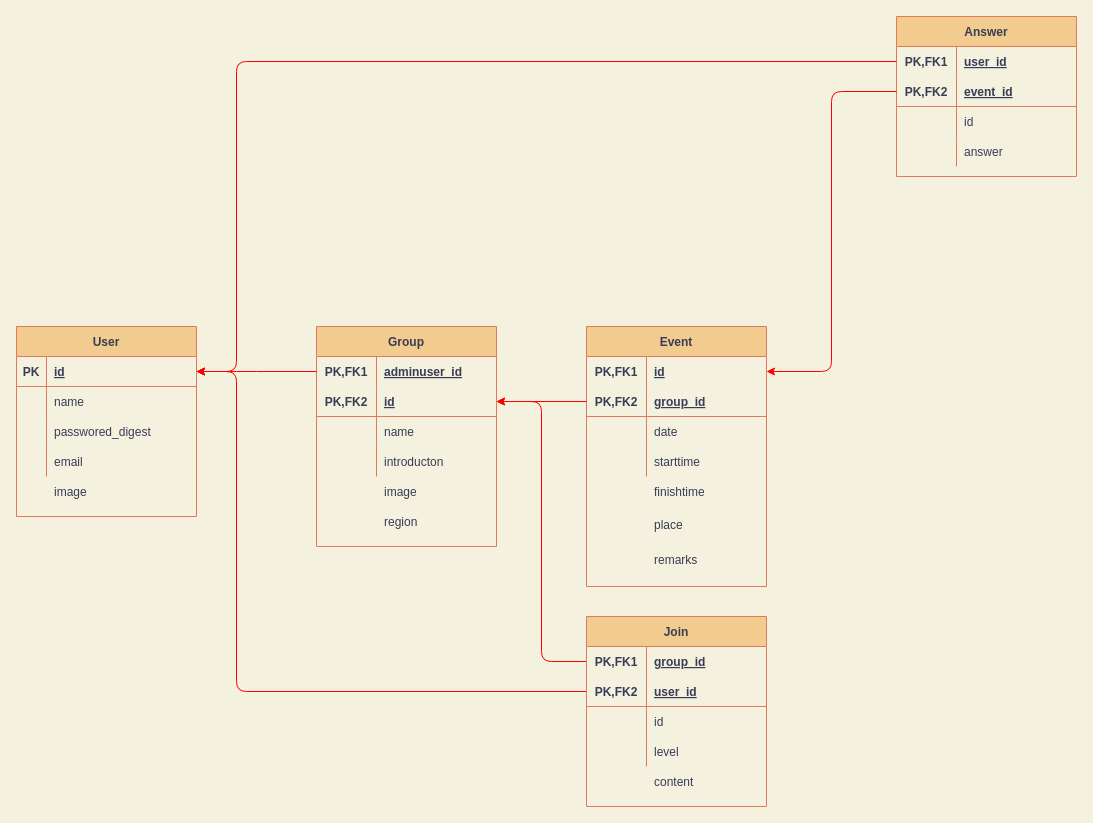
naoto911/sample_app keeps this draw.io diagram as syumix.dio. Above is the earlier version. Source tidied: cells renumbered, new cells numbered last; positions are measured from the earlier drawing's top-left corner, leaving out a move shared by most shapes. Both pictures are drawn from the tidied source at 100%, with x=0, y=0 at pixel (16, 16).
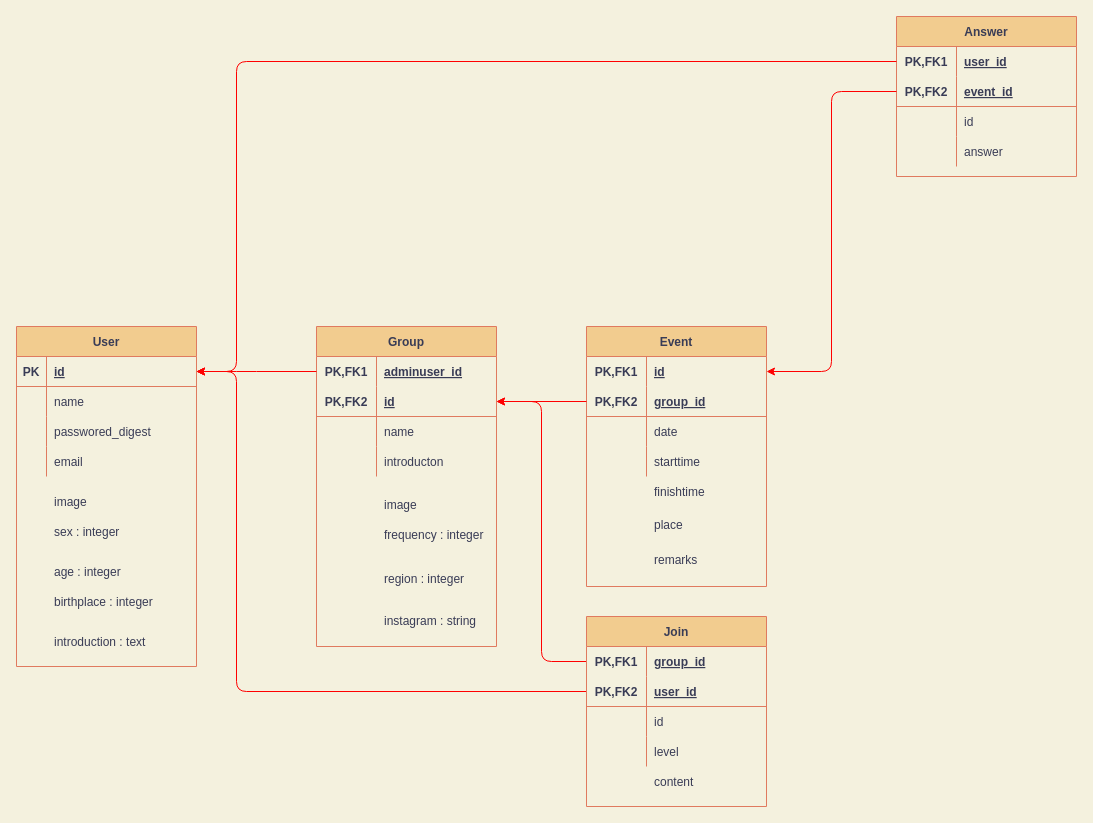
Above is the later version.

Change to the diagram source:
```diff
@@
     <mxCell id="15" style="group;fontColor=#393C56;" parent="1" vertex="1">
-      <mxGeometry x="300" y="310" width="180" height="220" as="geometry" />
+      <mxGeometry x="300" y="310" width="180" height="320" as="geometry" />
     </mxCell>
     <mxCell id="16" value="Group" style="shape=table;startSize=30;childLayout=tableLayout;rowLines=0;fontStyle=1;align=center;rounded=0;sketch=0;strokeColor=#E07A5F;fontColor=#393C56;fillColor=#F2CC8F;" parent="15" vertex="1">
-      <mxGeometry width="180" height="220" as="geometry" />
+      <mxGeometry width="180" height="320" as="geometry" />
     </mxCell>
@@
     <mxCell id="29" style="shape=partialRectangle;fillColor=none;top=0;left=0;bottom=0;right=0;strokeColor=#E07A5F;fontColor=#393C56;" parent="15" vertex="1">
-      <mxGeometry y="150" width="180" height="30" as="geometry" />
+      <mxGeometry y="156.4" width="180" height="43.6" as="geometry" />
     </mxCell>
     <mxCell id="30" style="shape=partialRectangle;fillColor=none;top=0;left=0;bottom=0;right=0;overflow=hidden;strokeColor=#E07A5F;fontColor=#393C56;" parent="29" vertex="1">
-      <mxGeometry width="60" height="30" as="geometry" />
+      <mxGeometry width="60" height="43.6" as="geometry" />
     </mxCell>
     <mxCell id="31" value="image" style="shape=partialRectangle;fillColor=none;top=0;left=0;bottom=0;right=0;align=left;spacingLeft=6;overflow=hidden;strokeColor=#E07A5F;fontColor=#393C56;" parent="29" vertex="1">
-      <mxGeometry x="60" width="120" height="30" as="geometry" />
+      <mxGeometry x="60" width="120" height="43.6" as="geometry" />
     </mxCell>
     <mxCell id="32" style="shape=partialRectangle;fillColor=none;top=0;left=0;bottom=0;right=0;strokeColor=#E07A5F;fontColor=#393C56;" parent="15" vertex="1">
-      <mxGeometry y="180" width="180" height="30" as="geometry" />
+      <mxGeometry y="186.4" width="180" height="43.6" as="geometry" />
     </mxCell>
     <mxCell id="33" style="shape=partialRectangle;fillColor=none;top=0;left=0;bottom=0;right=0;overflow=hidden;strokeColor=#E07A5F;fontColor=#393C56;" parent="32" vertex="1">
-      <mxGeometry width="60" height="30" as="geometry" />
+      <mxGeometry width="60" height="43.6" as="geometry" />
     </mxCell>
-    <mxCell id="34" value="region" style="shape=partialRectangle;fillColor=none;top=0;left=0;bottom=0;right=0;align=left;spacingLeft=6;overflow=hidden;strokeColor=#E07A5F;fontColor=#393C56;" parent="32" vertex="1">
-      <mxGeometry x="60" width="120" height="30" as="geometry" />
+    <mxCell id="34" value="frequency : integer" style="shape=partialRectangle;fillColor=none;top=0;left=0;bottom=0;right=0;align=left;spacingLeft=6;overflow=hidden;strokeColor=#E07A5F;fontColor=#393C56;" parent="32" vertex="1">
+      <mxGeometry x="60" width="120" height="43.6" as="geometry" />
     </mxCell>
+    <mxCell id="94" style="shape=partialRectangle;fillColor=none;top=0;left=0;bottom=0;right=0;strokeColor=#E07A5F;fontColor=#393C56;" parent="15" vertex="1">
+      <mxGeometry y="230" width="180" height="43.6" as="geometry" />
+    </mxCell>
+    <mxCell id="95" style="shape=partialRectangle;fillColor=none;top=0;left=0;bottom=0;right=0;overflow=hidden;strokeColor=#E07A5F;fontColor=#393C56;" parent="94" vertex="1">
+      <mxGeometry width="60" height="43.6" as="geometry" />
+    </mxCell>
+    <mxCell id="96" value="region : integer" style="shape=partialRectangle;fillColor=none;top=0;left=0;bottom=0;right=0;align=left;spacingLeft=6;overflow=hidden;strokeColor=#E07A5F;fontColor=#393C56;" parent="94" vertex="1">
+      <mxGeometry x="60" width="120" height="43.6" as="geometry" />
+    </mxCell>
+    <mxCell id="97" style="shape=partialRectangle;fillColor=none;top=0;left=0;bottom=0;right=0;strokeColor=#E07A5F;fontColor=#393C56;" parent="15" vertex="1">
+      <mxGeometry y="273.6" width="180" height="40.9" as="geometry" />
+    </mxCell>
+    <mxCell id="98" style="shape=partialRectangle;fillColor=none;top=0;left=0;bottom=0;right=0;overflow=hidden;strokeColor=#E07A5F;fontColor=#393C56;" parent="97" vertex="1">
+      <mxGeometry width="60" height="40.9" as="geometry" />
+    </mxCell>
+    <mxCell id="99" value="instagram : string" style="shape=partialRectangle;fillColor=none;top=0;left=0;bottom=0;right=0;align=left;spacingLeft=6;overflow=hidden;strokeColor=#E07A5F;fontColor=#393C56;" parent="97" vertex="1">
+      <mxGeometry x="60" width="120" height="40.9" as="geometry" />
+    </mxCell>
@@
     <mxCell id="58" style="group;fontColor=#393C56;" parent="1" vertex="1">
-      <mxGeometry y="310" width="180" height="190" as="geometry" />
+      <mxGeometry y="310" width="180" height="380" as="geometry" />
     </mxCell>
     <mxCell id="59" value="User" style="shape=table;startSize=30;childLayout=tableLayout;rowLines=0;fontStyle=1;align=center;fillColor=#F2CC8F;strokeColor=#E07A5F;fontColor=#393C56;" parent="58" vertex="1">
-      <mxGeometry width="180" height="190" as="geometry" />
+      <mxGeometry width="180" height="340" as="geometry" />
     </mxCell>
@@
     <mxCell id="72" value="image" style="shape=partialRectangle;fillColor=none;top=0;left=0;bottom=0;right=0;align=left;spacingLeft=6;overflow=hidden;strokeColor=#E07A5F;fontColor=#393C56;" parent="58" vertex="1">
-      <mxGeometry x="30" y="150" width="150" height="30" as="geometry" />
+      <mxGeometry x="30" y="160" width="150" height="30" as="geometry" />
     </mxCell>
@@
+    <mxCell id="100" value="sex : integer" style="shape=partialRectangle;fillColor=none;top=0;left=0;bottom=0;right=0;align=left;spacingLeft=6;overflow=hidden;strokeColor=#E07A5F;fontColor=#393C56;" parent="1" vertex="1">
+      <mxGeometry x="30" y="500" width="150" height="30" as="geometry" />
+    </mxCell>
+    <mxCell id="101" value="age : integer" style="shape=partialRectangle;fillColor=none;top=0;left=0;bottom=0;right=0;align=left;spacingLeft=6;overflow=hidden;strokeColor=#E07A5F;fontColor=#393C56;" parent="1" vertex="1">
+      <mxGeometry x="30" y="540" width="150" height="30" as="geometry" />
+    </mxCell>
+    <mxCell id="102" value="birthplace : integer" style="shape=partialRectangle;fillColor=none;top=0;left=0;bottom=0;right=0;align=left;spacingLeft=6;overflow=hidden;strokeColor=#E07A5F;fontColor=#393C56;" parent="1" vertex="1">
+      <mxGeometry x="30" y="570" width="150" height="30" as="geometry" />
+    </mxCell>
+    <mxCell id="103" value="introduction : text" style="shape=partialRectangle;fillColor=none;top=0;left=0;bottom=0;right=0;align=left;spacingLeft=6;overflow=hidden;strokeColor=#E07A5F;fontColor=#393C56;" parent="1" vertex="1">
+      <mxGeometry x="30" y="610" width="150" height="30" as="geometry" />
+    </mxCell>
```
